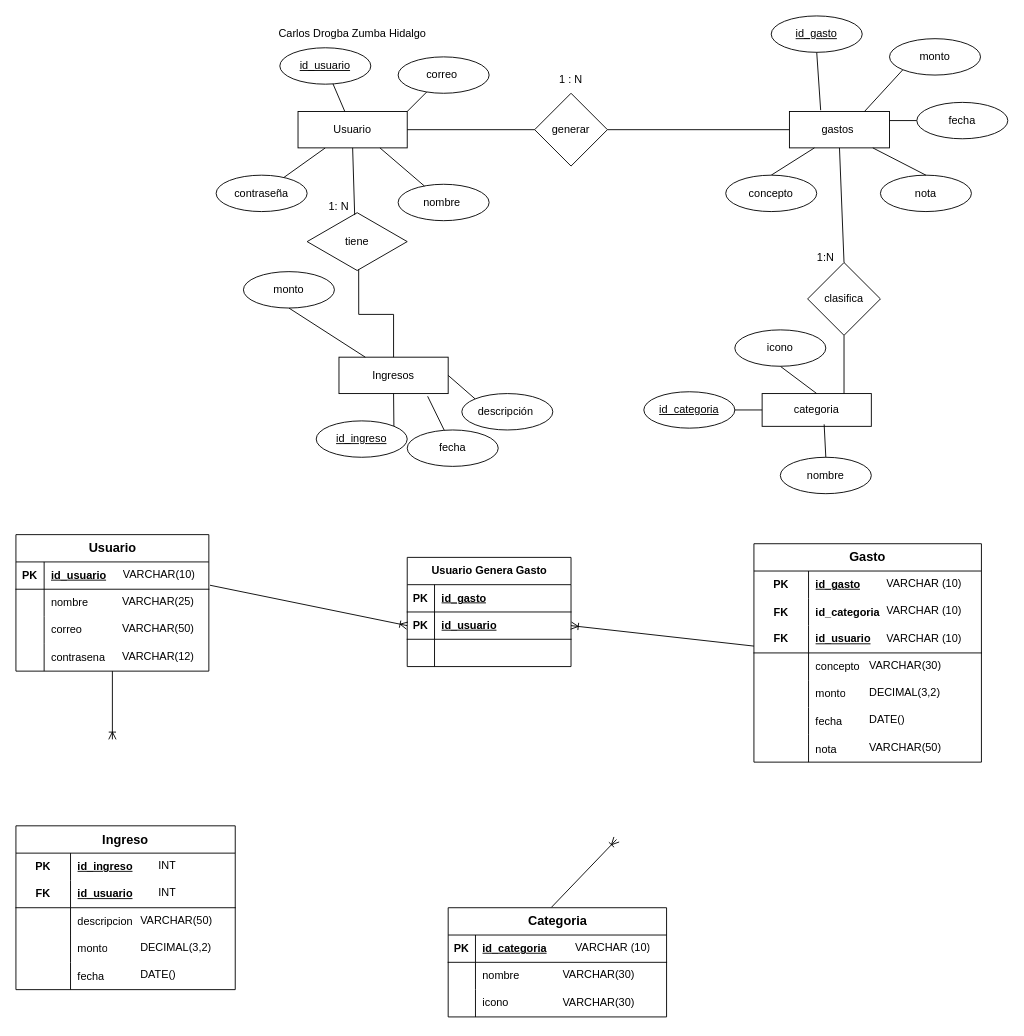
The draw.io diagram Proyecto de unidad 1.drawio in CarlosZumba16/Base-de-Datos-Unidad-1, before the edit. Source tidied: cells renumbered, new cells numbered last; positions are measured from the earlier drawing's top-left corner, leaving out a move shared by most shapes. Both pictures are drawn from the tidied source at 91%, with x=0, y=0 at pixel (15, 15).
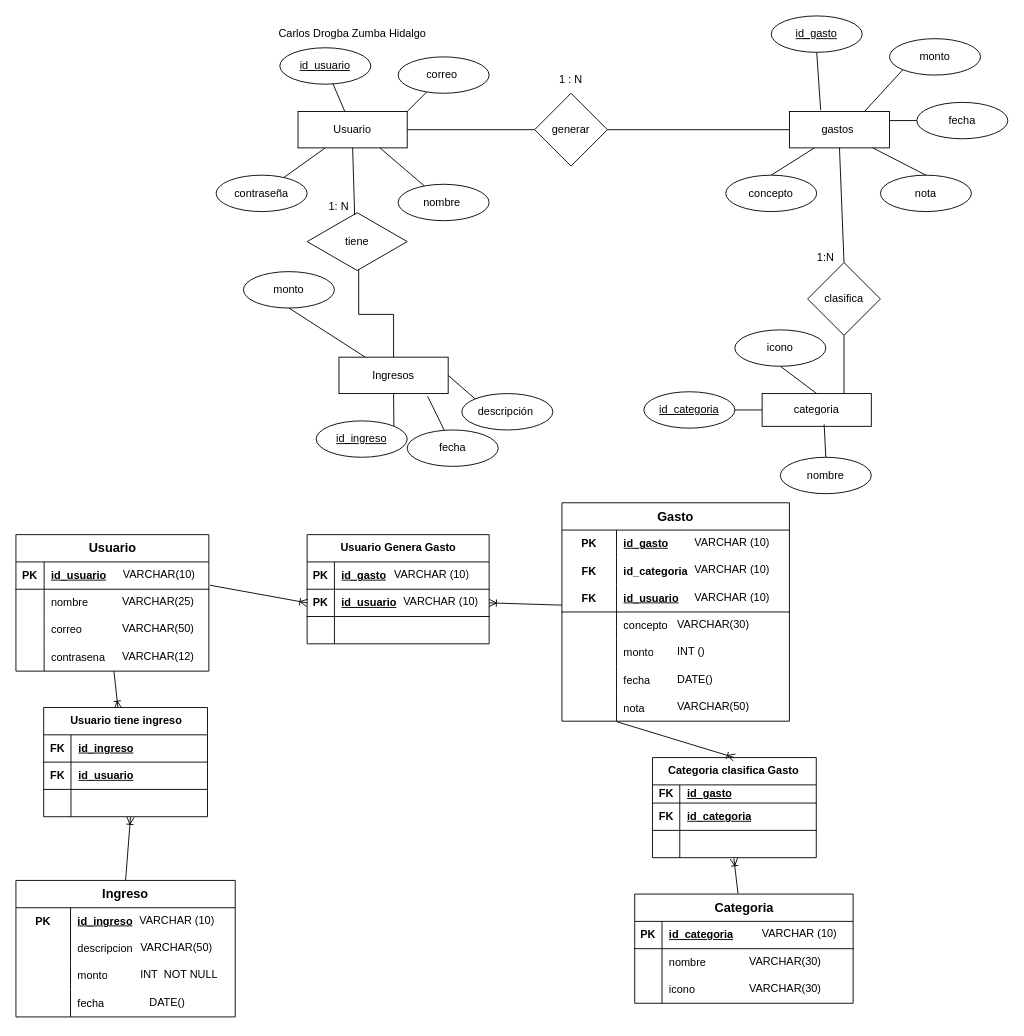
The same diagram, later.

Unchanged cells that the change refers to:
```xml
<mxCell id="61" style="shape=tableRow;horizontal=0;startSize=0;swimlaneHead=0;swimlaneBody=0;fillColor=none;points=[[0,0.5],[1,0.5]];portConstraint=eastwest;top=0;left=0;right=0;bottom=0;" parent="51" vertex="1">
  <mxGeometry y="120" width="212" height="30" as="geometry" />
</mxCell>
<mxCell id="118" style="shape=tableRow;horizontal=0;startSize=0;swimlaneHead=0;swimlaneBody=0;fillColor=none;points=[[0,0.5],[1,0.5]];portConstraint=eastwest;top=0;left=0;right=0;bottom=0;" parent="99" vertex="1">
  <mxGeometry y="210" width="250" height="30" as="geometry" />
</mxCell>
```

The edit, as a diff of the source:
```diff
@@
     <mxCell id="64" value="&lt;font style=&quot;font-size: 14px;&quot;&gt;Ingreso&lt;/font&gt;" style="shape=table;startSize=30;childLayout=tableLayout;rowLines=0;fontStyle=1;align=center;html=1;whiteSpace=wrap;" parent="1" vertex="1">
-      <mxGeometry y="890" width="241" height="180" as="geometry" />
+      <mxGeometry y="950" width="241" height="150" as="geometry" />
     </mxCell>
@@
-    <mxCell id="68" style="shape=tableRow;horizontal=0;startSize=0;swimlaneHead=0;swimlaneBody=0;fillColor=none;top=0;left=0;right=0;bottom=1;html=1;" parent="64" vertex="1">
-      <mxGeometry y="60" width="241" height="30" as="geometry" />
-    </mxCell>
-    <mxCell id="69" value="FK" style="shape=partialRectangle;fillColor=none;top=0;left=0;bottom=0;right=0;fontStyle=1;overflow=hidden;html=1;whiteSpace=wrap;" parent="68" vertex="1">
-      <mxGeometry width="60" height="30" as="geometry" />
-    </mxCell>
-    <mxCell id="70" value="id_usuario" style="shape=partialRectangle;fillColor=none;top=0;left=0;bottom=0;right=0;align=left;spacingLeft=6;fontStyle=5;overflow=hidden;html=1;whiteSpace=wrap;" parent="68" vertex="1">
-      <mxGeometry x="60" width="181" height="30" as="geometry" />
-    </mxCell>
     <mxCell id="71" style="shape=tableRow;horizontal=0;startSize=0;swimlaneHead=0;swimlaneBody=0;fillColor=none;top=0;left=0;right=0;bottom=0;html=1;" parent="64" vertex="1">
-      <mxGeometry y="90" width="241" height="30" as="geometry" />
+      <mxGeometry y="60" width="241" height="30" as="geometry" />
     </mxCell>
@@
     <mxCell id="74" style="shape=tableRow;horizontal=0;startSize=0;swimlaneHead=0;swimlaneBody=0;fillColor=none;top=0;left=0;right=0;bottom=0;html=1;" parent="64" vertex="1">
-      <mxGeometry y="120" width="241" height="30" as="geometry" />
+      <mxGeometry y="90" width="241" height="30" as="geometry" />
     </mxCell>
@@
     <mxCell id="77" style="shape=tableRow;horizontal=0;startSize=0;swimlaneHead=0;swimlaneBody=0;fillColor=none;top=0;left=0;right=0;bottom=0;" parent="64" vertex="1">
-      <mxGeometry y="150" width="241" height="30" as="geometry" />
+      <mxGeometry y="120" width="241" height="30" as="geometry" />
     </mxCell>
@@
-    <mxCell id="80" value="INT" style="text;strokeColor=none;fillColor=none;spacingLeft=4;spacingRight=4;overflow=hidden;fontSize=12;whiteSpace=wrap;html=1;" parent="1" vertex="1">
-      <mxGeometry x="151" y="920" width="40" height="30" as="geometry" />
+    <mxCell id="80" value="VARCHAR (10)" style="text;strokeColor=none;fillColor=none;spacingLeft=4;spacingRight=4;overflow=hidden;fontSize=12;whiteSpace=wrap;html=1;" parent="1" vertex="1">
+      <mxGeometry x="130" y="980" width="100" height="30" as="geometry" />
     </mxCell>
-    <mxCell id="81" value="INT" style="text;strokeColor=none;fillColor=none;spacingLeft=4;spacingRight=4;overflow=hidden;fontSize=12;whiteSpace=wrap;html=1;" parent="1" vertex="1">
-      <mxGeometry x="151" y="950" width="40" height="30" as="geometry" />
-    </mxCell>
-    <mxCell id="82" style="fontSize=12;html=1;endArrow=ERoneToMany;rounded=0;" parent="1" edge="1" source="61">
-      <mxGeometry relative="1" as="geometry">
-        <mxPoint x="106" y="795" as="targetPoint" />
-      </mxGeometry>
+    <mxCell id="82" style="fontSize=12;html=1;endArrow=ERoneToMany;rounded=0;entryX=0.454;entryY=0.008;entryDx=0;entryDy=0;entryPerimeter=0;" parent="1" edge="1" source="61" target="145">
+      <mxGeometry relative="1" as="geometry" />
     </mxCell>
@@
     <mxCell id="86" value="VARCHAR(50)" style="text;strokeColor=none;fillColor=none;spacingLeft=4;spacingRight=4;overflow=hidden;fontSize=12;whiteSpace=wrap;html=1;" parent="1" vertex="1">
-      <mxGeometry x="131" y="980" width="100" height="30" as="geometry" />
+      <mxGeometry x="131" y="1010" width="100" height="30" as="geometry" />
     </mxCell>
-    <mxCell id="87" value="DECIMAL(3,2)" style="text;strokeColor=none;fillColor=none;spacingLeft=4;spacingRight=4;overflow=hidden;fontSize=12;whiteSpace=wrap;html=1;" parent="1" vertex="1">
-      <mxGeometry x="131" y="1010" width="100" height="30" as="geometry" />
+    <mxCell id="87" value="INT&amp;nbsp; NOT NULL" style="text;strokeColor=none;fillColor=none;spacingLeft=4;spacingRight=4;overflow=hidden;fontSize=12;whiteSpace=wrap;html=1;" parent="1" vertex="1">
+      <mxGeometry x="131" y="1040" width="100" height="30" as="geometry" />
     </mxCell>
     <mxCell id="88" value="DATE()" style="text;strokeColor=none;fillColor=none;spacingLeft=4;spacingRight=4;overflow=hidden;fontSize=12;whiteSpace=wrap;html=1;" parent="1" vertex="1">
-      <mxGeometry x="131" y="1040" width="100" height="30" as="geometry" />
+      <mxGeometry x="141" y="1070" width="100" height="30" as="geometry" />
     </mxCell>
     <mxCell id="89" value="&lt;font style=&quot;font-size: 14px;&quot;&gt;Categoria&lt;/font&gt;" style="shape=table;startSize=30;childLayout=tableLayout;rowLines=0;fontStyle=1;align=center;html=1;" parent="1" vertex="1">
-      <mxGeometry x="475" y="980" width="240" height="120" as="geometry" />
+      <mxGeometry x="680" y="965" width="240" height="120" as="geometry" />
     </mxCell>
@@
     <mxCell id="99" value="&lt;font style=&quot;font-size: 14px;&quot;&gt;Gasto&lt;/font&gt;" style="shape=table;startSize=30;childLayout=tableLayout;rowLines=0;fontStyle=1;align=center;html=1;whiteSpace=wrap;" parent="1" vertex="1">
-      <mxGeometry x="811" y="580" width="250" height="240" as="geometry" />
+      <mxGeometry x="600" y="535" width="250" height="240" as="geometry" />
     </mxCell>
@@
-    <mxCell id="122" style="fontSize=12;html=1;endArrow=ERoneToMany;rounded=0;exitX=0.473;exitY=-0.004;exitDx=0;exitDy=0;exitPerimeter=0;" parent="1" edge="1" source="89">
-      <mxGeometry relative="1" as="geometry">
-        <mxPoint x="660" y="905" as="targetPoint" />
-      </mxGeometry>
+    <mxCell id="122" style="fontSize=12;html=1;endArrow=ERoneToMany;rounded=0;exitX=0.473;exitY=-0.004;exitDx=0;exitDy=0;exitPerimeter=0;entryX=0.497;entryY=1.033;entryDx=0;entryDy=0;entryPerimeter=0;" parent="1" edge="1" source="89" target="162">
+      <mxGeometry relative="1" as="geometry" />
     </mxCell>
     <mxCell id="123" value="VARCHAR (10)" style="text;strokeColor=none;fillColor=none;spacingLeft=4;spacingRight=4;overflow=hidden;fontSize=12;whiteSpace=wrap;html=1;" parent="1" vertex="1">
-      <mxGeometry x="951" y="610" width="100" height="30" as="geometry" />
+      <mxGeometry x="740" y="565" width="100" height="30" as="geometry" />
     </mxCell>
     <mxCell id="124" value="VARCHAR (10)" style="text;strokeColor=none;fillColor=none;spacingLeft=4;spacingRight=4;overflow=hidden;fontSize=12;whiteSpace=wrap;html=1;" parent="1" vertex="1">
-      <mxGeometry x="951" y="640" width="100" height="30" as="geometry" />
+      <mxGeometry x="740" y="595" width="100" height="30" as="geometry" />
     </mxCell>
     <mxCell id="125" value="VARCHAR (10)" style="text;strokeColor=none;fillColor=none;spacingLeft=4;spacingRight=4;overflow=hidden;fontSize=12;whiteSpace=wrap;html=1;" parent="1" vertex="1">
-      <mxGeometry x="951" y="670" width="99" height="30" as="geometry" />
+      <mxGeometry x="740" y="625" width="99" height="30" as="geometry" />
     </mxCell>
     <mxCell id="126" value="VARCHAR (10)" style="text;strokeColor=none;fillColor=none;spacingLeft=4;spacingRight=4;overflow=hidden;fontSize=12;whiteSpace=wrap;html=1;" parent="1" vertex="1">
-      <mxGeometry x="609" y="1010" width="100" height="30" as="geometry" />
+      <mxGeometry x="814" y="995" width="100" height="30" as="geometry" />
     </mxCell>
     <mxCell id="127" value="VARCHAR(30)" style="text;strokeColor=none;fillColor=none;spacingLeft=4;spacingRight=4;overflow=hidden;fontSize=12;whiteSpace=wrap;html=1;" parent="1" vertex="1">
-      <mxGeometry x="932" y="700" width="100" height="30" as="geometry" />
+      <mxGeometry x="721" y="655" width="100" height="30" as="geometry" />
     </mxCell>
-    <mxCell id="128" value="DECIMAL(3,2)" style="text;strokeColor=none;fillColor=none;spacingLeft=4;spacingRight=4;overflow=hidden;fontSize=12;whiteSpace=wrap;html=1;" parent="1" vertex="1">
-      <mxGeometry x="932" y="730" width="100" height="30" as="geometry" />
+    <mxCell id="128" value="INT ()" style="text;strokeColor=none;fillColor=none;spacingLeft=4;spacingRight=4;overflow=hidden;fontSize=12;whiteSpace=wrap;html=1;" parent="1" vertex="1">
+      <mxGeometry x="721" y="685" width="100" height="30" as="geometry" />
     </mxCell>
     <mxCell id="129" value="DATE()" style="text;strokeColor=none;fillColor=none;spacingLeft=4;spacingRight=4;overflow=hidden;fontSize=12;whiteSpace=wrap;html=1;" parent="1" vertex="1">
-      <mxGeometry x="932" y="760" width="100" height="30" as="geometry" />
+      <mxGeometry x="721" y="715" width="100" height="30" as="geometry" />
     </mxCell>
     <mxCell id="130" value="VARCHAR(50)" style="text;strokeColor=none;fillColor=none;spacingLeft=4;spacingRight=4;overflow=hidden;fontSize=12;whiteSpace=wrap;html=1;" parent="1" vertex="1">
-      <mxGeometry x="932" y="790" width="100" height="30" as="geometry" />
+      <mxGeometry x="721" y="745" width="100" height="30" as="geometry" />
     </mxCell>
     <mxCell id="131" value="VARCHAR(30)" style="text;strokeColor=none;fillColor=none;spacingLeft=4;spacingRight=4;overflow=hidden;fontSize=12;whiteSpace=wrap;html=1;" parent="1" vertex="1">
-      <mxGeometry x="595" y="1040" width="100" height="30" as="geometry" />
+      <mxGeometry x="800" y="1025" width="100" height="30" as="geometry" />
     </mxCell>
     <mxCell id="132" value="VARCHAR(30)" style="text;strokeColor=none;fillColor=none;spacingLeft=4;spacingRight=4;overflow=hidden;fontSize=12;whiteSpace=wrap;html=1;" parent="1" vertex="1">
-      <mxGeometry x="595" y="1070" width="100" height="30" as="geometry" />
+      <mxGeometry x="800" y="1055" width="100" height="30" as="geometry" />
     </mxCell>
     <mxCell id="133" value="Usuario Genera Gasto" style="shape=table;startSize=30;childLayout=tableLayout;rowLines=0;fontStyle=1;align=center;html=1;" parent="1" vertex="1">
-      <mxGeometry x="430" y="595" width="180" height="120" as="geometry" />
+      <mxGeometry x="320" y="570" width="200" height="120" as="geometry" />
     </mxCell>
     <mxCell id="134" style="shape=tableRow;horizontal=0;startSize=0;swimlaneHead=0;swimlaneBody=0;fillColor=none;top=0;left=0;right=0;bottom=1;" parent="133" vertex="1">
-      <mxGeometry y="30" width="180" height="30" as="geometry" />
+      <mxGeometry y="30" width="200" height="30" as="geometry" />
     </mxCell>
@@
     <mxCell id="136" value="id_gasto" style="shape=partialRectangle;fillColor=none;top=0;left=0;bottom=0;right=0;align=left;spacingLeft=6;fontStyle=5;overflow=hidden;whiteSpace=wrap;html=1;" parent="134" vertex="1">
-      <mxGeometry x="30" width="150" height="30" as="geometry" />
+      <mxGeometry x="30" width="170" height="30" as="geometry" />
     </mxCell>
     <mxCell id="137" style="shape=tableRow;horizontal=0;startSize=0;swimlaneHead=0;swimlaneBody=0;fillColor=none;points=[[0,0.5],[1,0.5]];portConstraint=eastwest;top=0;left=0;right=0;bottom=1;" parent="133" vertex="1">
-      <mxGeometry y="60" width="180" height="30" as="geometry" />
+      <mxGeometry y="60" width="200" height="30" as="geometry" />
     </mxCell>
@@
     <mxCell id="139" value="id_usuario" style="shape=partialRectangle;fillColor=none;top=0;left=0;bottom=0;right=0;align=left;spacingLeft=6;fontStyle=5;overflow=hidden;whiteSpace=wrap;html=1;" parent="137" vertex="1">
-      <mxGeometry x="30" width="150" height="30" as="geometry" />
+      <mxGeometry x="30" width="170" height="30" as="geometry" />
     </mxCell>
     <mxCell id="140" style="shape=tableRow;horizontal=0;startSize=0;swimlaneHead=0;swimlaneBody=0;fillColor=none;top=0;left=0;right=0;bottom=0;" parent="133" vertex="1">
-      <mxGeometry y="90" width="180" height="30" as="geometry" />
+      <mxGeometry y="90" width="200" height="30" as="geometry" />
     </mxCell>
@@
     <mxCell id="142" style="shape=partialRectangle;fillColor=none;top=0;left=0;bottom=0;right=0;align=left;spacingLeft=6;overflow=hidden;whiteSpace=wrap;html=1;" parent="140" vertex="1">
-      <mxGeometry x="30" width="150" height="30" as="geometry" />
+      <mxGeometry x="30" width="170" height="30" as="geometry" />
     </mxCell>
@@
+    <mxCell id="145" value="Usuario tiene ingreso" style="shape=table;startSize=30;childLayout=tableLayout;rowLines=0;fontStyle=1;align=center;html=1;" parent="1" vertex="1">
+      <mxGeometry x="30.5" y="760" width="180" height="120" as="geometry" />
+    </mxCell>
+    <mxCell id="146" style="shape=tableRow;horizontal=0;startSize=0;swimlaneHead=0;swimlaneBody=0;fillColor=none;top=0;left=0;right=0;bottom=1;" parent="145" vertex="1">
+      <mxGeometry y="30" width="180" height="30" as="geometry" />
+    </mxCell>
+    <mxCell id="147" value="FK" style="shape=partialRectangle;fillColor=none;top=0;left=0;bottom=0;right=0;fontStyle=1;overflow=hidden;whiteSpace=wrap;html=1;" parent="146" vertex="1">
+      <mxGeometry width="30" height="30" as="geometry" />
+    </mxCell>
+    <mxCell id="148" value="id_ingreso" style="shape=partialRectangle;fillColor=none;top=0;left=0;bottom=0;right=0;align=left;spacingLeft=6;fontStyle=5;overflow=hidden;whiteSpace=wrap;html=1;" parent="146" vertex="1">
+      <mxGeometry x="30" width="150" height="30" as="geometry" />
+    </mxCell>
+    <mxCell id="149" style="shape=tableRow;horizontal=0;startSize=0;swimlaneHead=0;swimlaneBody=0;fillColor=none;top=0;left=0;right=0;bottom=1;" parent="145" vertex="1">
+      <mxGeometry y="60" width="180" height="30" as="geometry" />
+    </mxCell>
+    <mxCell id="150" value="FK" style="shape=partialRectangle;fillColor=none;top=0;left=0;bottom=0;right=0;fontStyle=1;overflow=hidden;whiteSpace=wrap;html=1;" parent="149" vertex="1">
+      <mxGeometry width="30" height="30" as="geometry" />
+    </mxCell>
+    <mxCell id="70" value="id_usuario" style="shape=partialRectangle;fillColor=none;top=0;left=0;bottom=0;right=0;align=left;spacingLeft=6;fontStyle=5;overflow=hidden;whiteSpace=wrap;html=1;" parent="149" vertex="1">
+      <mxGeometry x="30" width="150" height="30" as="geometry" />
+    </mxCell>
+    <mxCell id="151" style="shape=tableRow;horizontal=0;startSize=0;swimlaneHead=0;swimlaneBody=0;fillColor=none;points=[[0,0.5],[1,0.5]];portConstraint=eastwest;top=0;left=0;right=0;bottom=0;" parent="145" vertex="1">
+      <mxGeometry y="90" width="180" height="30" as="geometry" />
+    </mxCell>
+    <mxCell id="152" style="shape=partialRectangle;fillColor=none;top=0;left=0;bottom=0;right=0;overflow=hidden;whiteSpace=wrap;html=1;" parent="151" vertex="1">
+      <mxGeometry width="30" height="30" as="geometry" />
+    </mxCell>
+    <mxCell id="153" style="shape=partialRectangle;fillColor=none;top=0;left=0;bottom=0;right=0;align=left;spacingLeft=6;overflow=hidden;whiteSpace=wrap;html=1;" parent="151" vertex="1">
+      <mxGeometry x="30" width="150" height="30" as="geometry" />
+    </mxCell>
+    <mxCell id="154" style="fontSize=12;html=1;endArrow=ERoneToMany;rounded=0;exitX=0.5;exitY=0;exitDx=0;exitDy=0;entryX=0.53;entryY=1.013;entryDx=0;entryDy=0;entryPerimeter=0;" parent="1" edge="1" source="64" target="151">
+      <mxGeometry relative="1" as="geometry" />
+    </mxCell>
+    <mxCell id="155" value="Categoria clasifica Gasto&amp;nbsp;" style="shape=table;startSize=30;childLayout=tableLayout;rowLines=0;fontStyle=1;align=center;html=1;" parent="1" vertex="1">
+      <mxGeometry x="699.5" y="815" width="180" height="110" as="geometry" />
+    </mxCell>
+    <mxCell id="156" style="shape=tableRow;horizontal=0;startSize=0;swimlaneHead=0;swimlaneBody=0;fillColor=none;top=0;left=0;right=0;bottom=1;" parent="155" vertex="1">
+      <mxGeometry y="30" width="180" height="20" as="geometry" />
+    </mxCell>
+    <mxCell id="157" value="FK" style="shape=partialRectangle;fillColor=none;top=0;left=0;bottom=0;right=0;fontStyle=1;overflow=hidden;whiteSpace=wrap;html=1;" parent="156" vertex="1">
+      <mxGeometry width="30" height="20" as="geometry" />
+    </mxCell>
+    <mxCell id="158" value="id_gasto" style="shape=partialRectangle;fillColor=none;top=0;left=0;bottom=0;right=0;align=left;spacingLeft=6;fontStyle=5;overflow=hidden;whiteSpace=wrap;html=1;" parent="156" vertex="1">
+      <mxGeometry x="30" width="150" height="20" as="geometry" />
+    </mxCell>
+    <mxCell id="159" style="shape=tableRow;horizontal=0;startSize=0;swimlaneHead=0;swimlaneBody=0;fillColor=none;top=0;left=0;right=0;bottom=1;" parent="155" vertex="1">
+      <mxGeometry y="50" width="180" height="30" as="geometry" />
+    </mxCell>
+    <mxCell id="160" value="FK" style="shape=partialRectangle;fillColor=none;top=0;left=0;bottom=0;right=0;fontStyle=1;overflow=hidden;whiteSpace=wrap;html=1;" parent="159" vertex="1">
+      <mxGeometry width="30" height="30" as="geometry" />
+    </mxCell>
+    <mxCell id="161" value="id_categoria" style="shape=partialRectangle;fillColor=none;top=0;left=0;bottom=0;right=0;align=left;spacingLeft=6;fontStyle=5;overflow=hidden;whiteSpace=wrap;html=1;" parent="159" vertex="1">
+      <mxGeometry x="30" width="150" height="30" as="geometry" />
+    </mxCell>
+    <mxCell id="162" style="shape=tableRow;horizontal=0;startSize=0;swimlaneHead=0;swimlaneBody=0;fillColor=none;points=[[0,0.5],[1,0.5]];portConstraint=eastwest;top=0;left=0;right=0;bottom=0;" parent="155" vertex="1">
+      <mxGeometry y="80" width="180" height="30" as="geometry" />
+    </mxCell>
+    <mxCell id="163" style="shape=partialRectangle;fillColor=none;top=0;left=0;bottom=0;right=0;overflow=hidden;whiteSpace=wrap;html=1;" parent="162" vertex="1">
+      <mxGeometry width="30" height="30" as="geometry" />
+    </mxCell>
+    <mxCell id="164" style="shape=partialRectangle;fillColor=none;top=0;left=0;bottom=0;right=0;align=left;spacingLeft=6;overflow=hidden;whiteSpace=wrap;html=1;" parent="162" vertex="1">
+      <mxGeometry x="30" width="150" height="30" as="geometry" />
+    </mxCell>
+    <mxCell id="165" style="fontSize=12;html=1;endArrow=ERoneToMany;rounded=0;exitX=0.241;exitY=1.02;exitDx=0;exitDy=0;exitPerimeter=0;entryX=0.5;entryY=0;entryDx=0;entryDy=0;" parent="1" edge="1" source="118" target="155">
+      <mxGeometry relative="1" as="geometry" />
+    </mxCell>
+    <mxCell id="166" value="VARCHAR (10)" style="text;strokeColor=none;fillColor=none;spacingLeft=4;spacingRight=4;overflow=hidden;fontSize=12;whiteSpace=wrap;html=1;" parent="1" vertex="1">
+      <mxGeometry x="410" y="600" width="100" height="30" as="geometry" />
+    </mxCell>
+    <mxCell id="167" value="VARCHAR (10)" style="text;strokeColor=none;fillColor=none;spacingLeft=4;spacingRight=4;overflow=hidden;fontSize=12;whiteSpace=wrap;html=1;" parent="1" vertex="1">
+      <mxGeometry x="420" y="630" width="100" height="30" as="geometry" />
+    </mxCell>
```
